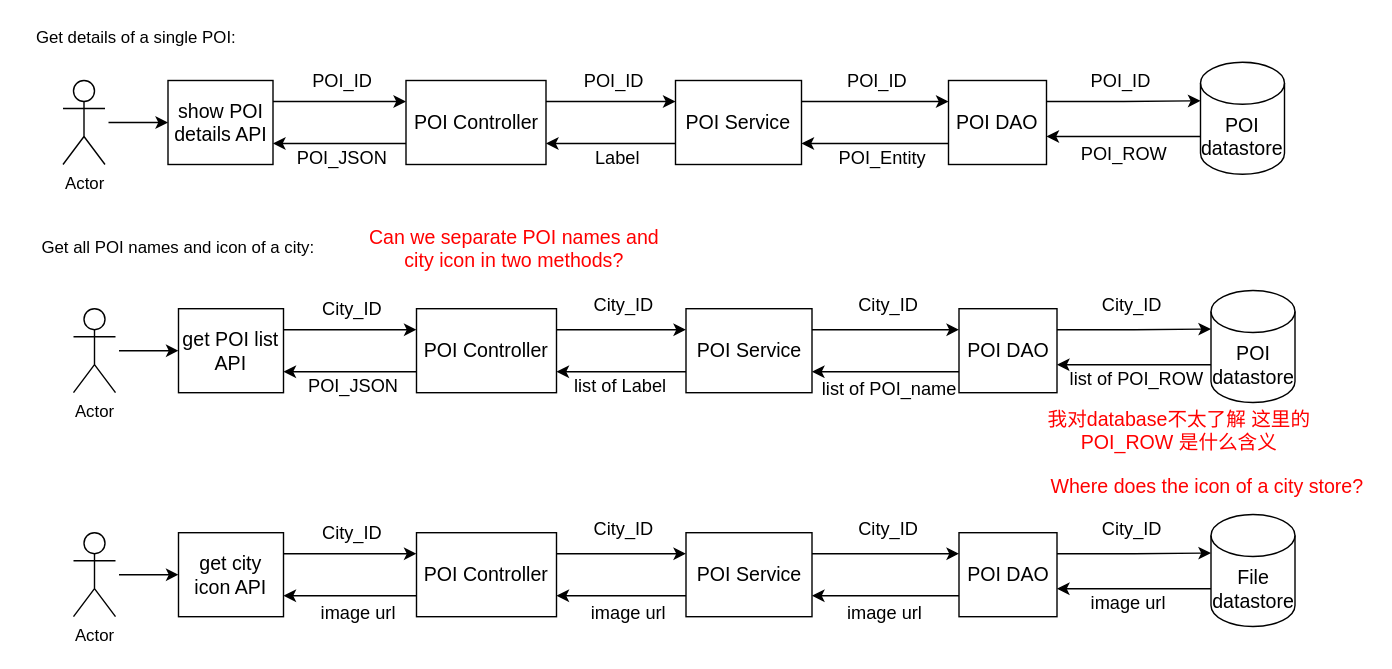
The draw.io diagram page "POI Service" (2 of 6) of Designdiagram/SystemOverview.drawio in laifukun/FLAGCamp-Design, before the edit. Source tidied: cells renumbered, new cells numbered last; positions are measured from the earlier drawing's top-left corner, leaving out a move shared by most shapes. Both pictures are drawn from the tidied source at 140%, with x=0, y=0 at pixel (24, 24).
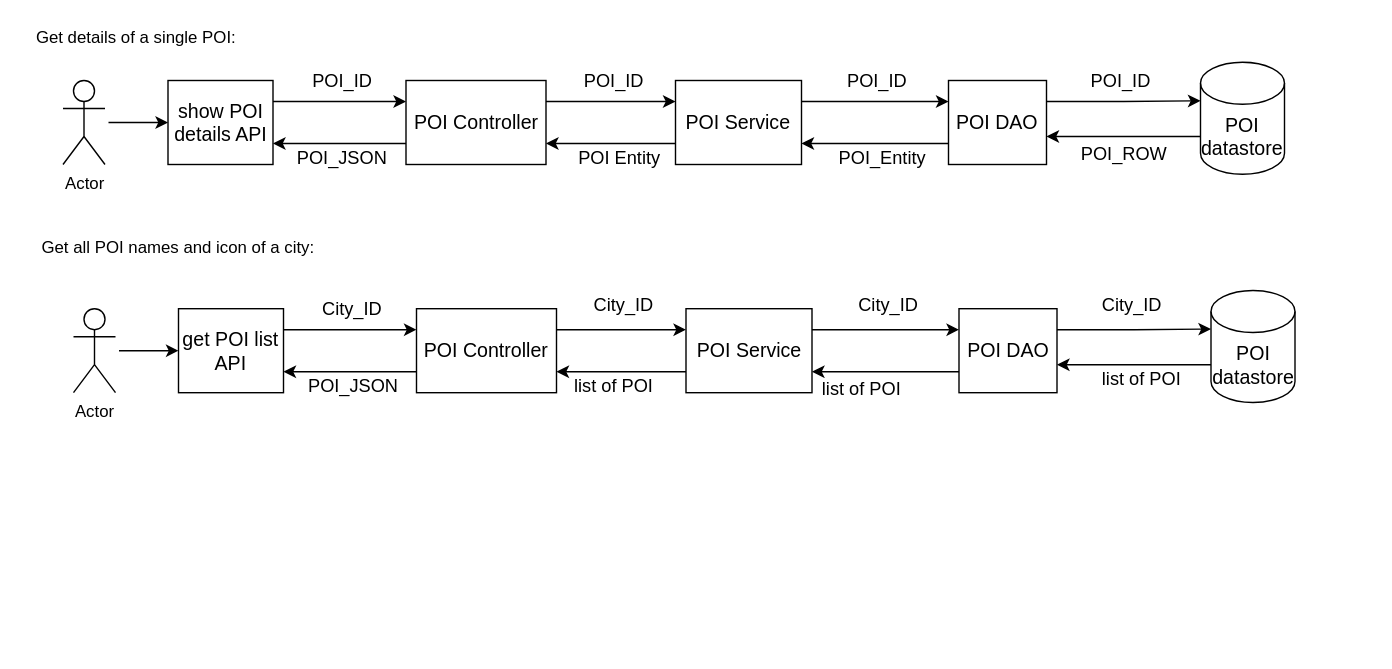
After the change.

Change to the diagram source:
```diff
@@
-    <mxCell id="25" value="Label" style="edgeLabel;html=1;align=left;verticalAlign=bottom;fontSize=13;" parent="1" vertex="1">
-      <mxGeometry x="402.5" y="107" as="geometry">
+    <mxCell id="25" value="POI Entity" style="edgeLabel;html=1;align=left;verticalAlign=bottom;fontSize=13;rotation=0;" parent="1" vertex="1">
+      <mxGeometry x="390.5" y="107" as="geometry">
         <mxPoint x="3" y="-2" as="offset" />
       </mxGeometry>
     </mxCell>
@@
-    <mxCell id="43" value="list of POI_name" style="edgeLabel;html=1;align=left;verticalAlign=bottom;fontSize=13;" parent="1" vertex="1">
+    <mxCell id="43" value="list of POI" style="edgeLabel;html=1;align=left;verticalAlign=bottom;fontSize=13;" parent="1" vertex="1">
       <mxGeometry x="577.5" y="270" as="geometry">
         <mxPoint x="-10" as="offset" />
       </mxGeometry>
     </mxCell>
-    <mxCell id="44" value="list of POI_ROW" style="edgeLabel;html=1;align=left;verticalAlign=bottom;fontSize=13;" parent="1" vertex="1">
-      <mxGeometry x="744.5" y="263" as="geometry" />
+    <mxCell id="44" value="list of POI" style="edgeLabel;html=1;align=left;verticalAlign=bottom;fontSize=13;" parent="1" vertex="1">
+      <mxGeometry x="767.5" y="263" as="geometry" />
     </mxCell>
-    <mxCell id="45" value="list of Label" style="edgeLabel;html=1;align=left;verticalAlign=bottom;fontSize=13;" parent="1" vertex="1">
+    <mxCell id="45" value="list of POI" style="edgeLabel;html=1;align=left;verticalAlign=bottom;fontSize=13;" parent="1" vertex="1">
       <mxGeometry x="387.5" y="270" as="geometry">
         <mxPoint x="3" y="-2" as="offset" />
       </mxGeometry>
     </mxCell>
@@
-    <mxCell id="50" value="Where does the icon of a city store?" style="text;html=1;strokeColor=none;fillColor=none;align=center;verticalAlign=middle;whiteSpace=wrap;rounded=0;fontSize=14;fontColor=#FF0000;" parent="1" vertex="1">
-      <mxGeometry x="730" y="320" width="230" height="20" as="geometry" />
-    </mxCell>
-    <mxCell id="51" value="Can we separate POI names and city icon in two methods?" style="text;html=1;strokeColor=none;fillColor=none;align=center;verticalAlign=middle;whiteSpace=wrap;rounded=0;fontSize=14;fontColor=#FF0000;" parent="1" vertex="1">
-      <mxGeometry x="235" y="150" width="230" height="20" as="geometry" />
-    </mxCell>
-    <mxCell id="52" value="Actor" style="shape=umlActor;verticalLabelPosition=bottom;verticalAlign=top;html=1;" parent="1" vertex="1">
-      <mxGeometry x="35" y="363" width="30" height="60" as="geometry" />
-    </mxCell>
-    <mxCell id="53" style="edgeStyle=orthogonalEdgeStyle;rounded=0;jettySize=auto;html=1;exitX=1;exitY=0.25;exitDx=0;exitDy=0;entryX=0;entryY=0.25;entryDx=0;entryDy=0;" parent="1" edge="1" source="54" target="57">
-      <mxGeometry relative="1" as="geometry" />
-    </mxCell>
-    <mxCell id="54" value="get city icon API" style="rounded=0;whiteSpace=wrap;html=1;fontSize=14;" parent="1" vertex="1">
-      <mxGeometry x="110" y="363" width="75" height="60" as="geometry" />
-    </mxCell>
-    <mxCell id="55" style="edgeStyle=orthogonalEdgeStyle;rounded=0;jettySize=auto;html=1;exitX=1;exitY=0.25;exitDx=0;exitDy=0;entryX=0;entryY=0.25;entryDx=0;entryDy=0;" parent="1" edge="1" source="57" target="59">
-      <mxGeometry relative="1" as="geometry" />
-    </mxCell>
-    <mxCell id="56" style="edgeStyle=orthogonalEdgeStyle;rounded=0;jettySize=auto;html=1;exitX=0;exitY=0.75;exitDx=0;exitDy=0;entryX=1;entryY=0.75;entryDx=0;entryDy=0;" parent="1" edge="1" source="57" target="54">
-      <mxGeometry relative="1" as="geometry" />
-    </mxCell>
-    <mxCell id="57" value="POI Controller" style="rounded=0;whiteSpace=wrap;html=1;fontSize=14;" parent="1" vertex="1">
-      <mxGeometry x="280" y="363" width="100" height="60" as="geometry" />
-    </mxCell>
-    <mxCell id="58" style="edgeStyle=orthogonalEdgeStyle;rounded=0;jettySize=auto;html=1;exitX=0;exitY=0.75;exitDx=0;exitDy=0;entryX=1;entryY=0.75;entryDx=0;entryDy=0;" parent="1" edge="1" source="59" target="57">
-      <mxGeometry relative="1" as="geometry" />
-    </mxCell>
-    <mxCell id="59" value="POI Service" style="rounded=0;whiteSpace=wrap;html=1;fontSize=14;" parent="1" vertex="1">
-      <mxGeometry x="472.5" y="363" width="90" height="60" as="geometry" />
-    </mxCell>
-    <mxCell id="60" style="edgeStyle=orthogonalEdgeStyle;rounded=0;jettySize=auto;html=1;exitX=1;exitY=0.25;exitDx=0;exitDy=0;entryX=0;entryY=0;entryDx=0;entryDy=27.5;entryPerimeter=0;" parent="1" edge="1" source="62" target="63">
-      <mxGeometry relative="1" as="geometry" />
-    </mxCell>
-    <mxCell id="61" style="edgeStyle=orthogonalEdgeStyle;rounded=0;jettySize=auto;html=1;exitX=0;exitY=0.75;exitDx=0;exitDy=0;entryX=1;entryY=0.75;entryDx=0;entryDy=0;" parent="1" edge="1" source="62" target="59">
-      <mxGeometry relative="1" as="geometry" />
-    </mxCell>
-    <mxCell id="62" value="POI DAO" style="rounded=0;whiteSpace=wrap;html=1;fontSize=14;" parent="1" vertex="1">
-      <mxGeometry x="667.5" y="363" width="70" height="60" as="geometry" />
-    </mxCell>
-    <mxCell id="63" value="File&lt;br&gt;datastore" style="shape=cylinder3;whiteSpace=wrap;html=1;boundedLbl=1;backgroundOutline=1;size=15;fontSize=14;" parent="1" vertex="1">
-      <mxGeometry x="847.5" y="350" width="60" height="80" as="geometry" />
-    </mxCell>
-    <mxCell id="64" style="endArrow=classic;html=1;entryX=0;entryY=0.5;entryDx=0;entryDy=0;" parent="1" edge="1" target="54">
-      <mxGeometry relative="1" as="geometry">
-        <mxPoint x="67.5" y="393" as="sourcePoint" />
-      </mxGeometry>
-    </mxCell>
-    <mxCell id="65" style="endArrow=classic;html=1;exitX=1;exitY=0.25;exitDx=0;exitDy=0;entryX=0;entryY=0.25;entryDx=0;entryDy=0;" parent="1" edge="1" source="59" target="62">
-      <mxGeometry relative="1" as="geometry" />
-    </mxCell>
-    <mxCell id="66" value="City_ID" style="edgeLabel;html=1;align=left;verticalAlign=bottom;fontSize=13;" parent="65" vertex="1">
-      <mxGeometry x="-1" relative="1" as="geometry">
-        <mxPoint x="-352" y="-5" as="offset" />
-      </mxGeometry>
-    </mxCell>
-    <mxCell id="67" style="endArrow=classic;html=1;" parent="1" edge="1">
-      <mxGeometry relative="1" as="geometry">
-        <mxPoint x="847.5" y="403" as="sourcePoint" />
-        <mxPoint x="737.5" y="403" as="targetPoint" />
-      </mxGeometry>
-    </mxCell>
-    <mxCell id="68" value="image url" style="edgeLabel;html=1;align=left;verticalAlign=bottom;fontSize=13;" parent="1" vertex="1">
-      <mxGeometry x="760" y="423" as="geometry" />
-    </mxCell>
-    <mxCell id="69" value="City_ID" style="edgeLabel;html=1;align=left;verticalAlign=bottom;fontSize=13;" parent="1" vertex="1">
-      <mxGeometry x="405" y="370" as="geometry" />
-    </mxCell>
-    <mxCell id="70" value="City_ID" style="edgeLabel;html=1;align=left;verticalAlign=bottom;fontSize=13;" parent="1" vertex="1">
-      <mxGeometry x="593.5" y="370" as="geometry" />
-    </mxCell>
-    <mxCell id="71" value="City_ID" style="edgeLabel;html=1;align=left;verticalAlign=bottom;fontSize=13;" parent="1" vertex="1">
-      <mxGeometry x="767.5" y="370" as="geometry" />
-    </mxCell>
-    <mxCell id="72" value="image url" style="edgeLabel;html=1;align=left;verticalAlign=bottom;fontSize=13;" parent="1" vertex="1">
-      <mxGeometry x="586" y="430" as="geometry" />
-    </mxCell>
-    <mxCell id="73" value="image url" style="edgeLabel;html=1;align=left;verticalAlign=bottom;fontSize=13;" parent="1" vertex="1">
-      <mxGeometry x="402.5" y="430" as="geometry" />
-    </mxCell>
-    <mxCell id="74" value="image url" style="edgeLabel;html=1;align=left;verticalAlign=bottom;fontSize=13;" parent="1" vertex="1">
-      <mxGeometry x="210" y="430" as="geometry" />
-    </mxCell>
-    <mxCell id="75" value="我对database不太了解 这里的POI_ROW 是什么含义" style="text;html=1;strokeColor=none;fillColor=none;align=center;verticalAlign=middle;whiteSpace=wrap;rounded=0;fontSize=14;fontColor=#FF0000;" parent="1" vertex="1">
-      <mxGeometry x="710" y="280" width="230" height="20" as="geometry" />
-    </mxCell>
```
